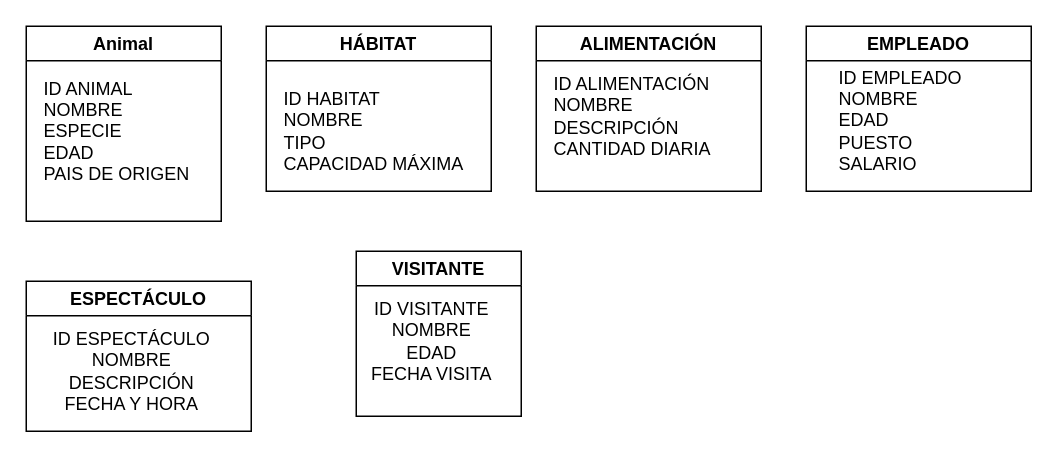
Above: Modelo/ZooDiagrama.drawio in Albamunru/2223-BBDD-NoSQL (draw.io), before the change. Source tidied: cells renumbered, new cells numbered last; positions are measured from the earlier drawing's top-left corner, leaving out a move shared by most shapes. Both pictures are drawn from the tidied source at 150%, with x=0, y=0 at pixel (26, 26).
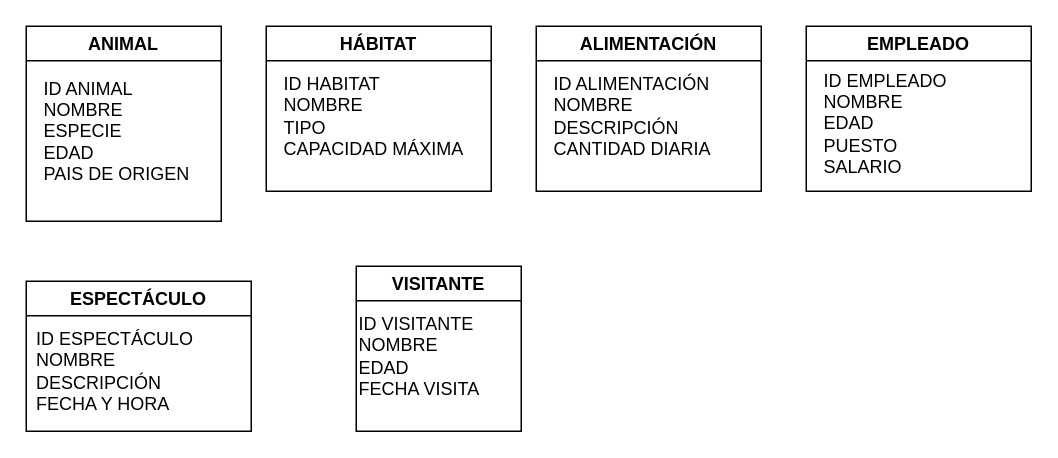
The same page after the edit.

Diff of the diagram source:
```diff
@@
 <mxGraphModel>
   <root>
     <mxCell id="0" />
     <mxCell id="1" parent="0" />
-    <mxCell id="2" value="Animal" style="swimlane;" parent="1" vertex="1">
+    <mxCell id="2" value="ANIMAL" style="swimlane;" parent="1" vertex="1">
       <mxGeometry width="130" height="130" as="geometry" />
     </mxCell>
     <mxCell id="3" value="ID ANIMAL&lt;br&gt;NOMBRE&lt;br&gt;ESPECIE&lt;br&gt;EDAD&lt;br&gt;PAIS DE ORIGEN" style="text;html=1;align=left;verticalAlign=middle;strokeColor=none;fillColor=none;" parent="2" vertex="1">
       <mxGeometry x="10" y="30" width="110" height="80" as="geometry" />
     </mxCell>
     <mxCell id="4" value="HÁBITAT" style="swimlane;" parent="1" vertex="1">
       <mxGeometry x="160" width="150" height="110" as="geometry" />
     </mxCell>
     <mxCell id="5" value="ID HABITAT&lt;br&gt;NOMBRE&lt;br&gt;TIPO&lt;br&gt;CAPACIDAD MÁXIMA" style="text;html=1;strokeColor=none;fillColor=none;align=left;verticalAlign=middle;whiteSpace=wrap;rounded=0;" parent="4" vertex="1">
-      <mxGeometry x="10" y="30" width="130" height="80" as="geometry" />
+      <mxGeometry x="10" y="20" width="130" height="80" as="geometry" />
     </mxCell>
     <mxCell id="6" value="ALIMENTACIÓN" style="swimlane;" parent="1" vertex="1">
       <mxGeometry x="340" width="150" height="110" as="geometry" />
     </mxCell>
     <mxCell id="7" value="ID ALIMENTACIÓN&amp;nbsp;&lt;br&gt;NOMBRE&lt;br&gt;DESCRIPCIÓN&lt;br&gt;CANTIDAD DIARIA" style="text;html=1;align=left;verticalAlign=middle;strokeColor=none;fillColor=none;" parent="6" vertex="1">
       <mxGeometry x="10" y="30" width="120" height="60" as="geometry" />
     </mxCell>
     <mxCell id="8" value="EMPLEADO" style="swimlane;" parent="1" vertex="1">
       <mxGeometry x="520" width="150" height="110" as="geometry" />
     </mxCell>
     <mxCell id="9" value="ID EMPLEADO&lt;br&gt;NOMBRE&lt;br&gt;EDAD&lt;br&gt;PUESTO&lt;br&gt;SALARIO" style="text;html=1;align=left;verticalAlign=middle;strokeColor=none;fillColor=none;" parent="8" vertex="1">
-      <mxGeometry x="20" y="23" width="100" height="80" as="geometry" />
+      <mxGeometry x="10" y="25" width="100" height="80" as="geometry" />
     </mxCell>
     <mxCell id="10" value="ESPECTÁCULO" style="swimlane;" parent="1" vertex="1">
       <mxGeometry y="170" width="150" height="100" as="geometry" />
     </mxCell>
-    <mxCell id="11" value="ID ESPECTÁCULO&lt;br&gt;NOMBRE&lt;br&gt;DESCRIPCIÓN&lt;br&gt;FECHA Y HORA" style="text;html=1;align=center;verticalAlign=middle;strokeColor=none;fillColor=none;" parent="10" vertex="1">
-      <mxGeometry x="10" y="30" width="120" height="60" as="geometry" />
+    <mxCell id="11" value="ID ESPECTÁCULO&lt;br&gt;NOMBRE&lt;br&gt;DESCRIPCIÓN&lt;br&gt;FECHA Y HORA" style="text;html=1;align=left;verticalAlign=middle;strokeColor=none;fillColor=none;" parent="10" vertex="1">
+      <mxGeometry x="5" y="25" width="130" height="70" as="geometry" />
     </mxCell>
     <mxCell id="12" value="VISITANTE" style="swimlane;" parent="1" vertex="1">
-      <mxGeometry x="220" y="150" width="110" height="110" as="geometry" />
+      <mxGeometry x="220" y="160" width="110" height="110" as="geometry" />
     </mxCell>
-    <mxCell id="13" value="ID VISITANTE&lt;br&gt;NOMBRE&lt;br&gt;EDAD&lt;br&gt;FECHA VISITA" style="text;html=1;align=center;verticalAlign=middle;strokeColor=none;fillColor=none;" parent="12" vertex="1">
-      <mxGeometry y="30" width="100" height="60" as="geometry" />
+    <mxCell id="13" value="ID VISITANTE&lt;br&gt;NOMBRE&lt;br&gt;EDAD&lt;br&gt;FECHA VISITA" style="text;html=1;align=left;verticalAlign=middle;strokeColor=none;fillColor=none;" parent="12" vertex="1">
+      <mxGeometry y="25" width="100" height="70" as="geometry" />
     </mxCell>
   </root>
 </mxGraphModel>
```
